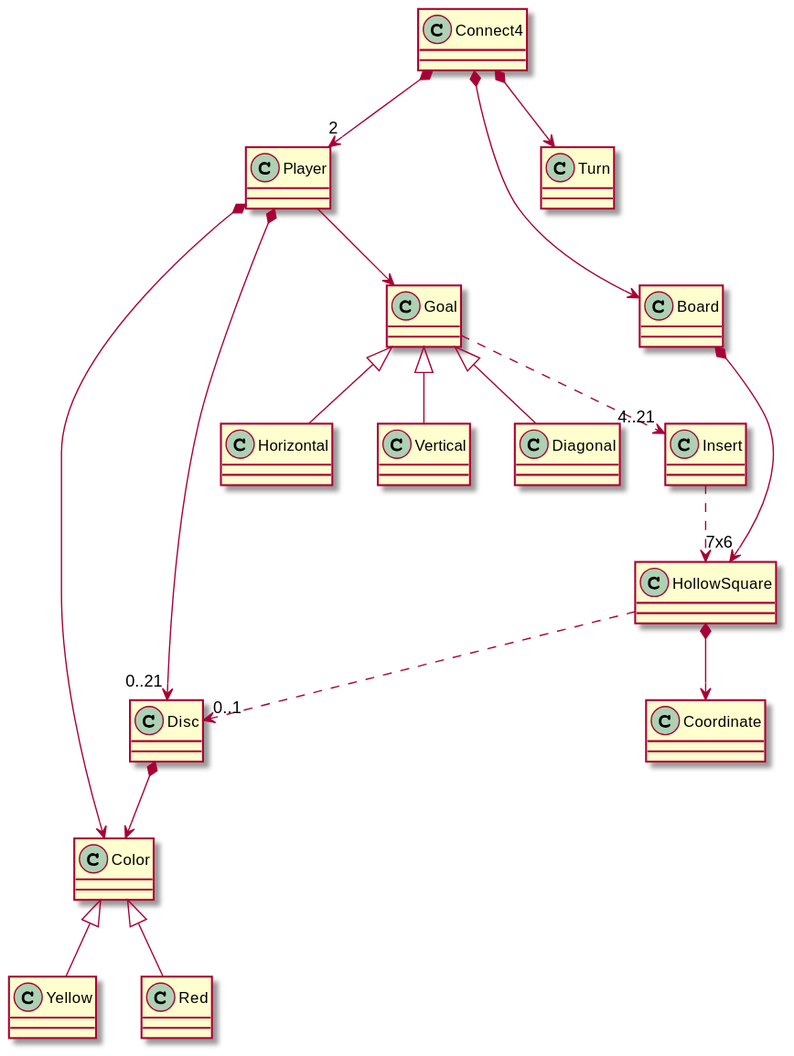
Before: tech-uml/game-connect4/diagrams/out/vocabulary.svg, a diagram exported from PlantUML (USantaTecla-ed-mpds/lab-dijkstra). Source of this version:
```plantuml
@startuml

class Connect4
class Player
class Board
class Turn
class Goal
class Horizontal
class Vertical
class Diagonal
class Disc
class Color
class Yellow
class Red
class Goal
class HollowSquare
class Coordinate
class Insert

Connect4 *--> Board
Connect4 *--> Turn
Connect4 *--> "2" Player

Player *--> "0..21" Disc
Player *--> Color
Disc *--> Color
Color <|-- Yellow
Color <|-- Red
Player --> Goal
Goal <|-- Horizontal
Goal <|-- Vertical
Goal <|-- Diagonal
Goal ..> "4..21" Insert
Insert ..> HollowSquare

Board *--> "7x6" HollowSquare
HollowSquare ..> "0..1" Disc
HollowSquare *--> Coordinate




@enduml
```
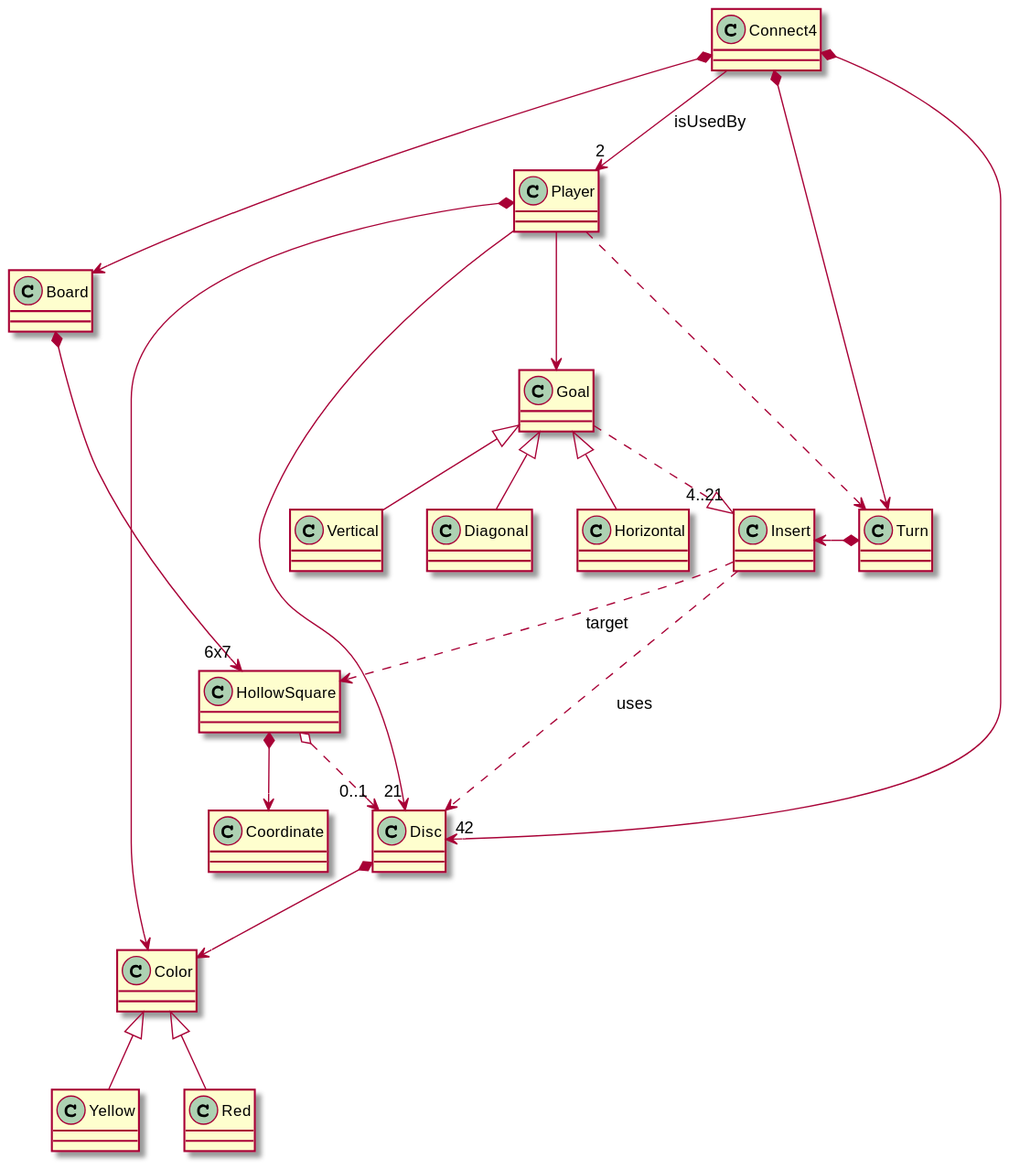
The same diagram one commit later.

What changed in the source:
```diff
@@ -1,28 +1,29 @@
 @startuml
 
 class Connect4
+class Board
+class Goal
+class Disc
 class Player
-class Board
-class Turn
-class Goal
-class Horizontal
-class Vertical
-class Diagonal
-class Disc
+class HollowSquare
+class Coordinate
 class Color
 class Yellow
 class Red
-class Goal
-class HollowSquare
-class Coordinate
+class Turn
+class Horizontal
+class Vertical
 class Insert
+class Diagonal
 
 Connect4 *--> Board
+Connect4 *--> "42" Disc
+Connect4 --> "2" Player: isUsedBy
 Connect4 *--> Turn
-Connect4 *--> "2" Player
 
-Player *--> "0..21" Disc
+Player --> "21" Disc
 Player *--> Color
+Player ..> Turn
 Disc *--> Color
 Color <|-- Yellow
 Color <|-- Red
@@ -30,11 +31,13 @@
 Goal <|-- Horizontal
 Goal <|-- Vertical
 Goal <|-- Diagonal
-Goal ..> "4..21" Insert
-Insert ..> HollowSquare
+Goal ..|> "4..21" Insert
+Insert ..> HollowSquare: target
+Insert ..> Disc: uses
+Turn *-left-> Insert
 
-Board *--> "7x6" HollowSquare
-HollowSquare ..> "0..1" Disc
+Board *--> "6x7" HollowSquare
+HollowSquare o..> "0..1" Disc
 HollowSquare *--> Coordinate
 
 
```
